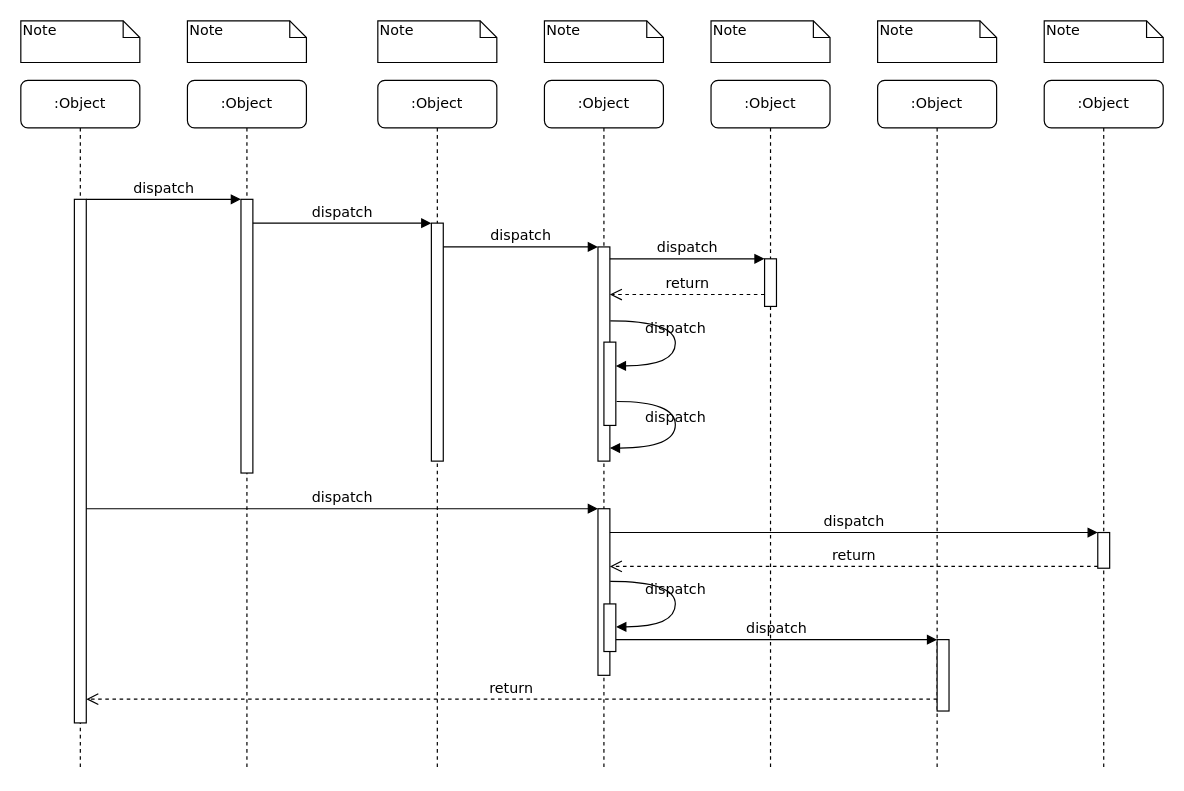
Earlier version of the draw.io diagram 编排工程创建.drawio (hijimo/flow-pics). Source tidied: cells renumbered, new cells numbered last; positions are measured from the earlier drawing's top-left corner, leaving out a move shared by most shapes. Both pictures are drawn from the tidied source at 119%, with x=0, y=0 at pixel (20, 20).
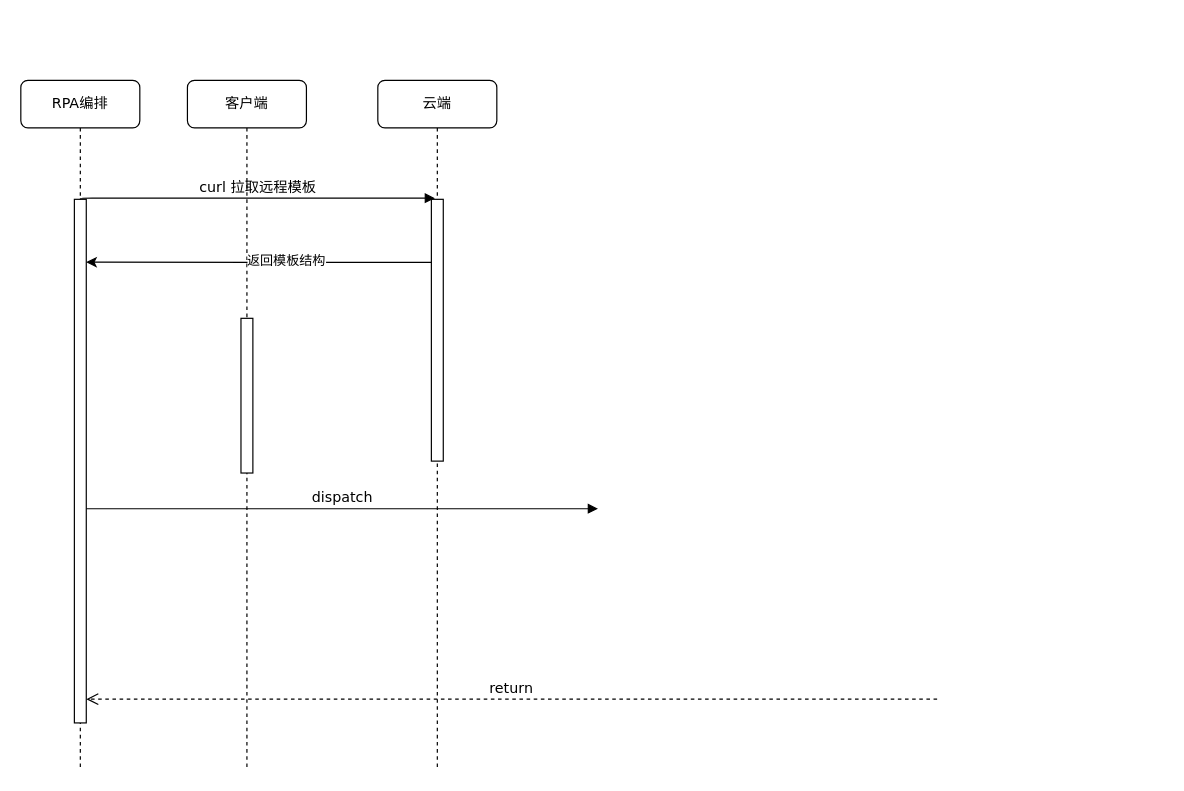
The same diagram, later.

Commit message (it also covers changes not shown here):
更新编排工程创建.drawio

The change refers to these unchanged cells:
```xml
<mxCell id="11" style="html=1;points=[];perimeter=orthogonalPerimeter;rounded=0;shadow=0;comic=0;labelBackgroundColor=none;strokeWidth=1;fontFamily=Verdana;fontSize=12;align=center;" parent="10" vertex="1">
  <mxGeometry x="45" y="100" width="10" height="440" as="geometry" />
</mxCell>
```

What changed in the source:
```diff
@@
-    <mxCell id="2" value=":Object" style="shape=umlLifeline;perimeter=lifelinePerimeter;whiteSpace=wrap;html=1;rounded=1;shadow=0;comic=0;labelBackgroundColor=none;strokeWidth=1;fontFamily=Verdana;fontSize=12;align=center;" parent="1" vertex="1">
+    <mxCell id="2" value="客户端" style="shape=umlLifeline;perimeter=lifelinePerimeter;whiteSpace=wrap;html=1;rounded=1;shadow=0;comic=0;labelBackgroundColor=none;strokeWidth=1;fontFamily=Verdana;fontSize=12;align=center;" parent="1" vertex="1">
       <mxGeometry x="140" y="50" width="100" height="580" as="geometry" />
     </mxCell>
     <mxCell id="3" style="html=1;points=[];perimeter=orthogonalPerimeter;rounded=0;shadow=0;comic=0;labelBackgroundColor=none;strokeWidth=1;fontFamily=Verdana;fontSize=12;align=center;" parent="2" vertex="1">
-      <mxGeometry x="45" y="100" width="10" height="230" as="geometry" />
+      <mxGeometry x="45" y="200" width="10" height="130" as="geometry" />
     </mxCell>
-    <mxCell id="4" value=":Object" style="shape=umlLifeline;perimeter=lifelinePerimeter;whiteSpace=wrap;html=1;rounded=1;shadow=0;comic=0;labelBackgroundColor=none;strokeWidth=1;fontFamily=Verdana;fontSize=12;align=center;" parent="1" vertex="1">
+    <mxCell id="4" value="云端" style="shape=umlLifeline;perimeter=lifelinePerimeter;whiteSpace=wrap;html=1;rounded=1;shadow=0;comic=0;labelBackgroundColor=none;strokeWidth=1;fontFamily=Verdana;fontSize=12;align=center;" parent="1" vertex="1">
       <mxGeometry x="300" y="50" width="100" height="580" as="geometry" />
     </mxCell>
     <mxCell id="5" style="html=1;points=[];perimeter=orthogonalPerimeter;rounded=0;shadow=0;comic=0;labelBackgroundColor=none;strokeWidth=1;fontFamily=Verdana;fontSize=12;align=center;" parent="4" vertex="1">
-      <mxGeometry x="45" y="120" width="10" height="200" as="geometry" />
+      <mxGeometry x="45" y="100" width="10" height="220" as="geometry" />
     </mxCell>
-    <mxCell id="6" value=":Object" style="shape=umlLifeline;perimeter=lifelinePerimeter;whiteSpace=wrap;html=1;rounded=1;shadow=0;comic=0;labelBackgroundColor=none;strokeWidth=1;fontFamily=Verdana;fontSize=12;align=center;" parent="1" vertex="1">
-      <mxGeometry x="440" y="50" width="100" height="580" as="geometry" />
-    </mxCell>
-    <mxCell id="7" value=":Object" style="shape=umlLifeline;perimeter=lifelinePerimeter;whiteSpace=wrap;html=1;rounded=1;shadow=0;comic=0;labelBackgroundColor=none;strokeWidth=1;fontFamily=Verdana;fontSize=12;align=center;" parent="1" vertex="1">
-      <mxGeometry x="580" y="50" width="100" height="580" as="geometry" />
-    </mxCell>
-    <mxCell id="8" value=":Object" style="shape=umlLifeline;perimeter=lifelinePerimeter;whiteSpace=wrap;html=1;rounded=1;shadow=0;comic=0;labelBackgroundColor=none;strokeWidth=1;fontFamily=Verdana;fontSize=12;align=center;" parent="1" vertex="1">
-      <mxGeometry x="720" y="50" width="100" height="580" as="geometry" />
-    </mxCell>
-    <mxCell id="9" value=":Object" style="shape=umlLifeline;perimeter=lifelinePerimeter;whiteSpace=wrap;html=1;rounded=1;shadow=0;comic=0;labelBackgroundColor=none;strokeWidth=1;fontFamily=Verdana;fontSize=12;align=center;" parent="1" vertex="1">
-      <mxGeometry x="860" y="50" width="100" height="580" as="geometry" />
-    </mxCell>
-    <mxCell id="10" value=":Object" style="shape=umlLifeline;perimeter=lifelinePerimeter;whiteSpace=wrap;html=1;rounded=1;shadow=0;comic=0;labelBackgroundColor=none;strokeWidth=1;fontFamily=Verdana;fontSize=12;align=center;" parent="1" vertex="1">
+    <mxCell id="10" value="RPA编排" style="shape=umlLifeline;perimeter=lifelinePerimeter;whiteSpace=wrap;html=1;rounded=1;shadow=0;comic=0;labelBackgroundColor=none;strokeWidth=1;fontFamily=Verdana;fontSize=12;align=center;" parent="1" vertex="1">
       <mxGeometry y="50" width="100" height="580" as="geometry" />
     </mxCell>
@@
-    <mxCell id="12" style="html=1;points=[];perimeter=orthogonalPerimeter;rounded=0;shadow=0;comic=0;labelBackgroundColor=none;strokeWidth=1;fontFamily=Verdana;fontSize=12;align=center;" parent="1" vertex="1">
-      <mxGeometry x="485" y="190" width="10" height="180" as="geometry" />
-    </mxCell>
-    <mxCell id="13" value="dispatch" style="html=1;verticalAlign=bottom;endArrow=block;labelBackgroundColor=none;fontFamily=Verdana;fontSize=12;edgeStyle=elbowEdgeStyle;elbow=vertical;" parent="1" edge="1" source="5" target="12">
-      <mxGeometry relative="1" as="geometry">
-        <Array as="points">
-          <mxPoint x="360" y="190" />
-        </Array>
-      </mxGeometry>
-    </mxCell>
-    <mxCell id="14" style="html=1;points=[];perimeter=orthogonalPerimeter;rounded=0;shadow=0;comic=0;labelBackgroundColor=none;strokeWidth=1;fontFamily=Verdana;fontSize=12;align=center;" parent="1" vertex="1">
-      <mxGeometry x="625" y="200" width="10" height="40" as="geometry" />
-    </mxCell>
-    <mxCell id="15" value="dispatch" style="html=1;verticalAlign=bottom;endArrow=block;entryX=0;entryY=0;labelBackgroundColor=none;fontFamily=Verdana;fontSize=12;edgeStyle=elbowEdgeStyle;elbow=vertical;" parent="1" edge="1" source="12" target="14">
-      <mxGeometry relative="1" as="geometry" />
-    </mxCell>
-    <mxCell id="16" value="return" style="html=1;verticalAlign=bottom;endArrow=open;dashed=1;endSize=8;labelBackgroundColor=none;fontFamily=Verdana;fontSize=12;edgeStyle=elbowEdgeStyle;elbow=vertical;" parent="1" edge="1" source="14" target="12">
-      <mxGeometry relative="1" as="geometry">
-        <Array as="points">
-          <mxPoint x="570" y="230" />
-          <mxPoint x="600" y="230" />
-        </Array>
-      </mxGeometry>
-    </mxCell>
-    <mxCell id="17" style="html=1;points=[];perimeter=orthogonalPerimeter;rounded=0;shadow=0;comic=0;labelBackgroundColor=none;strokeWidth=1;fontFamily=Verdana;fontSize=12;align=center;" parent="1" vertex="1">
-      <mxGeometry x="485" y="410" width="10" height="140" as="geometry" />
-    </mxCell>
-    <mxCell id="18" value="dispatch" style="html=1;verticalAlign=bottom;endArrow=block;entryX=0;entryY=0;labelBackgroundColor=none;fontFamily=Verdana;fontSize=12;" parent="1" edge="1" source="11" target="17">
-      <mxGeometry relative="1" as="geometry" />
+    <mxCell id="18" value="dispatch" style="html=1;verticalAlign=bottom;endArrow=block;entryX=0;entryY=0;labelBackgroundColor=none;fontFamily=Verdana;fontSize=12;" parent="1" edge="1" source="11">
+      <mxGeometry relative="1" as="geometry">
+        <mxPoint x="485" y="410" as="targetPoint" />
+      </mxGeometry>
     </mxCell>
-    <mxCell id="19" style="html=1;points=[];perimeter=orthogonalPerimeter;rounded=0;shadow=0;comic=0;labelBackgroundColor=none;strokeColor=#000000;strokeWidth=1;fillColor=#FFFFFF;fontFamily=Verdana;fontSize=12;fontColor=#000000;align=center;" parent="1" vertex="1">
-      <mxGeometry x="905" y="430" width="10" height="30" as="geometry" />
-    </mxCell>
-    <mxCell id="20" value="dispatch" style="html=1;verticalAlign=bottom;endArrow=block;entryX=0;entryY=0;labelBackgroundColor=none;fontFamily=Verdana;fontSize=12;" parent="1" edge="1" source="17" target="19">
-      <mxGeometry relative="1" as="geometry" />
-    </mxCell>
-    <mxCell id="21" value="return" style="html=1;verticalAlign=bottom;endArrow=open;dashed=1;endSize=8;exitX=0;exitY=0.95;labelBackgroundColor=none;fontFamily=Verdana;fontSize=12;" parent="1" edge="1" source="19" target="17">
-      <mxGeometry relative="1" as="geometry" />
-    </mxCell>
-    <mxCell id="22" style="html=1;points=[];perimeter=orthogonalPerimeter;rounded=0;shadow=0;comic=0;labelBackgroundColor=none;strokeWidth=1;fontFamily=Verdana;fontSize=12;align=center;" parent="1" vertex="1">
-      <mxGeometry x="770" y="520" width="10" height="60" as="geometry" />
-    </mxCell>
-    <mxCell id="23" value="dispatch" style="html=1;verticalAlign=bottom;endArrow=block;entryX=0;entryY=0;labelBackgroundColor=none;fontFamily=Verdana;fontSize=12;edgeStyle=elbowEdgeStyle;elbow=vertical;" parent="1" edge="1" source="30" target="22">
-      <mxGeometry relative="1" as="geometry" />
-    </mxCell>
-    <mxCell id="24" value="return" style="html=1;verticalAlign=bottom;endArrow=open;dashed=1;endSize=8;labelBackgroundColor=none;fontFamily=Verdana;fontSize=12;edgeStyle=elbowEdgeStyle;elbow=vertical;" parent="1" edge="1" source="22" target="11">
+    <mxCell id="24" value="return" style="html=1;verticalAlign=bottom;endArrow=open;dashed=1;endSize=8;labelBackgroundColor=none;fontFamily=Verdana;fontSize=12;edgeStyle=elbowEdgeStyle;elbow=vertical;" parent="1" edge="1" target="11">
       <mxGeometry relative="1" as="geometry">
+        <mxPoint x="770" y="570" as="sourcePoint" />
         <Array as="points">
           <mxPoint x="470" y="570" />
         </Array>
       </mxGeometry>
     </mxCell>
-    <mxCell id="25" value="dispatch" style="html=1;verticalAlign=bottom;endArrow=block;entryX=0;entryY=0;labelBackgroundColor=none;fontFamily=Verdana;fontSize=12;edgeStyle=elbowEdgeStyle;elbow=vertical;" parent="1" edge="1" source="11" target="3">
+    <mxCell id="25" value="curl 拉取远程模板" style="html=1;verticalAlign=bottom;endArrow=block;labelBackgroundColor=none;fontFamily=Verdana;fontSize=12;edgeStyle=elbowEdgeStyle;elbow=vertical;entryX=0.3;entryY=-0.009;entryDx=0;entryDy=0;entryPerimeter=0;" parent="1" edge="1" source="11" target="5">
       <mxGeometry relative="1" as="geometry" />
     </mxCell>
-    <mxCell id="26" value="dispatch" style="html=1;verticalAlign=bottom;endArrow=block;entryX=0;entryY=0;labelBackgroundColor=none;fontFamily=Verdana;fontSize=12;edgeStyle=elbowEdgeStyle;elbow=vertical;" parent="1" edge="1" source="3" target="5">
-      <mxGeometry relative="1" as="geometry" />
-    </mxCell>
-    <mxCell id="27" style="html=1;points=[];perimeter=orthogonalPerimeter;rounded=0;shadow=0;comic=0;labelBackgroundColor=none;strokeWidth=1;fontFamily=Verdana;fontSize=12;align=center;" parent="1" vertex="1">
-      <mxGeometry x="490" y="270" width="10" height="70" as="geometry" />
-    </mxCell>
-    <mxCell id="28" value="dispatch" style="html=1;verticalAlign=bottom;endArrow=block;labelBackgroundColor=none;fontFamily=Verdana;fontSize=12;elbow=vertical;edgeStyle=orthogonalEdgeStyle;curved=1;entryX=1;entryY=0.286;entryPerimeter=0;exitX=1.038;exitY=0.345;exitPerimeter=0;" parent="1" edge="1" source="12" target="27">
-      <mxGeometry relative="1" as="geometry">
-        <Array as="points">
-          <mxPoint x="550" y="252" />
-          <mxPoint x="550" y="290" />
-        </Array>
-      </mxGeometry>
-    </mxCell>
-    <mxCell id="29" value="dispatch" style="html=1;verticalAlign=bottom;endArrow=block;labelBackgroundColor=none;fontFamily=Verdana;fontSize=12;elbow=vertical;edgeStyle=orthogonalEdgeStyle;curved=1;exitX=1.066;exitY=0.713;exitPerimeter=0;" parent="1" edge="1" source="27">
-      <mxGeometry relative="1" as="geometry">
-        <mxPoint x="495" y="359" as="targetPoint" />
-        <Array as="points">
-          <mxPoint x="550" y="320" />
-          <mxPoint x="550" y="359" />
-        </Array>
-      </mxGeometry>
-    </mxCell>
-    <mxCell id="30" style="html=1;points=[];perimeter=orthogonalPerimeter;rounded=0;shadow=0;comic=0;labelBackgroundColor=none;strokeWidth=1;fontFamily=Verdana;fontSize=12;align=center;" parent="1" vertex="1">
-      <mxGeometry x="490" y="490" width="10" height="40" as="geometry" />
-    </mxCell>
-    <mxCell id="31" value="dispatch" style="html=1;verticalAlign=bottom;endArrow=block;labelBackgroundColor=none;fontFamily=Verdana;fontSize=12;elbow=vertical;edgeStyle=orthogonalEdgeStyle;curved=1;entryX=1;entryY=0.286;entryPerimeter=0;exitX=1.038;exitY=0.345;exitPerimeter=0;" parent="1" edge="1">
-      <mxGeometry relative="1" as="geometry">
-        <mxPoint x="495.3" y="471" as="sourcePoint" />
-        <mxPoint x="500.3" y="509.3" as="targetPoint" />
-        <Array as="points">
-          <mxPoint x="550" y="471" />
-          <mxPoint x="550" y="509" />
-        </Array>
-      </mxGeometry>
-    </mxCell>
-    <mxCell id="32" value="Note" style="shape=note;whiteSpace=wrap;html=1;size=14;verticalAlign=top;align=left;spacingTop=-6;rounded=0;shadow=0;comic=0;labelBackgroundColor=none;strokeWidth=1;fontFamily=Verdana;fontSize=12;" parent="1" vertex="1">
-      <mxGeometry width="100" height="35" as="geometry" />
-    </mxCell>
-    <mxCell id="33" value="Note" style="shape=note;whiteSpace=wrap;html=1;size=14;verticalAlign=top;align=left;spacingTop=-6;rounded=0;shadow=0;comic=0;labelBackgroundColor=none;strokeWidth=1;fontFamily=Verdana;fontSize=12;" parent="1" vertex="1">
-      <mxGeometry x="140" width="100" height="35" as="geometry" />
-    </mxCell>
-    <mxCell id="34" value="Note" style="shape=note;whiteSpace=wrap;html=1;size=14;verticalAlign=top;align=left;spacingTop=-6;rounded=0;shadow=0;comic=0;labelBackgroundColor=none;strokeWidth=1;fontFamily=Verdana;fontSize=12;" parent="1" vertex="1">
-      <mxGeometry x="300" width="100" height="35" as="geometry" />
-    </mxCell>
-    <mxCell id="35" value="Note" style="shape=note;whiteSpace=wrap;html=1;size=14;verticalAlign=top;align=left;spacingTop=-6;rounded=0;shadow=0;comic=0;labelBackgroundColor=none;strokeWidth=1;fontFamily=Verdana;fontSize=12;" parent="1" vertex="1">
-      <mxGeometry x="440" width="100" height="35" as="geometry" />
-    </mxCell>
-    <mxCell id="36" value="Note" style="shape=note;whiteSpace=wrap;html=1;size=14;verticalAlign=top;align=left;spacingTop=-6;rounded=0;shadow=0;comic=0;labelBackgroundColor=none;strokeWidth=1;fontFamily=Verdana;fontSize=12;" parent="1" vertex="1">
-      <mxGeometry x="580" width="100" height="35" as="geometry" />
-    </mxCell>
-    <mxCell id="37" value="Note" style="shape=note;whiteSpace=wrap;html=1;size=14;verticalAlign=top;align=left;spacingTop=-6;rounded=0;shadow=0;comic=0;labelBackgroundColor=none;strokeWidth=1;fontFamily=Verdana;fontSize=12;" parent="1" vertex="1">
-      <mxGeometry x="720" width="100" height="35" as="geometry" />
-    </mxCell>
-    <mxCell id="38" value="Note" style="shape=note;whiteSpace=wrap;html=1;size=14;verticalAlign=top;align=left;spacingTop=-6;rounded=0;shadow=0;comic=0;labelBackgroundColor=none;strokeWidth=1;fontFamily=Verdana;fontSize=12;" parent="1" vertex="1">
-      <mxGeometry x="860" width="100" height="35" as="geometry" />
-    </mxCell>
+    <mxCell id="39" style="edgeStyle=orthogonalEdgeStyle;rounded=0;jettySize=auto;html=1;entryX=1;entryY=0.12;entryDx=0;entryDy=0;entryPerimeter=0;" parent="1" edge="1" source="5" target="11">
+      <mxGeometry relative="1" as="geometry">
+        <Array as="points">
+          <mxPoint x="280" y="203" />
+          <mxPoint x="280" y="203" />
+        </Array>
+      </mxGeometry>
+    </mxCell>
+    <mxCell id="40" value="返回模板结构" style="edgeLabel;html=1;align=center;verticalAlign=middle;" parent="39" vertex="1">
+      <mxGeometry x="-0.15" y="-1" relative="1" as="geometry" />
+    </mxCell>
```
